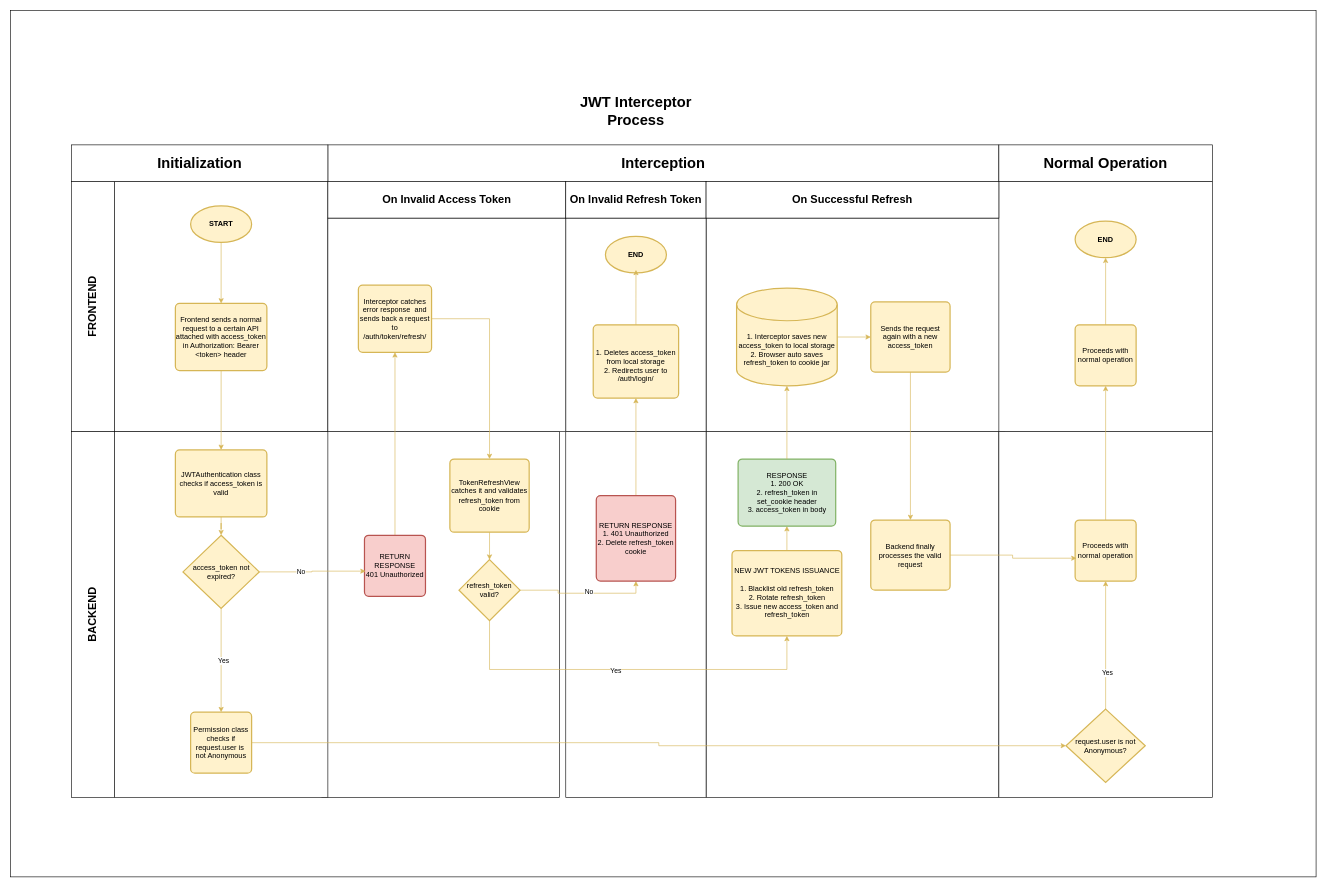
The draw.io diagram page "auth_jwt-interceptor-process" (4 of 4) of E-Commerce Process Flow.drawio in RHILIUS/drawio, before the edit. Source tidied: cells renumbered, new cells numbered last; positions are measured from the earlier drawing's top-left corner, leaving out a move shared by most shapes. Both pictures are drawn from the tidied source at 61%, with x=0, y=0 at pixel (10, 10).
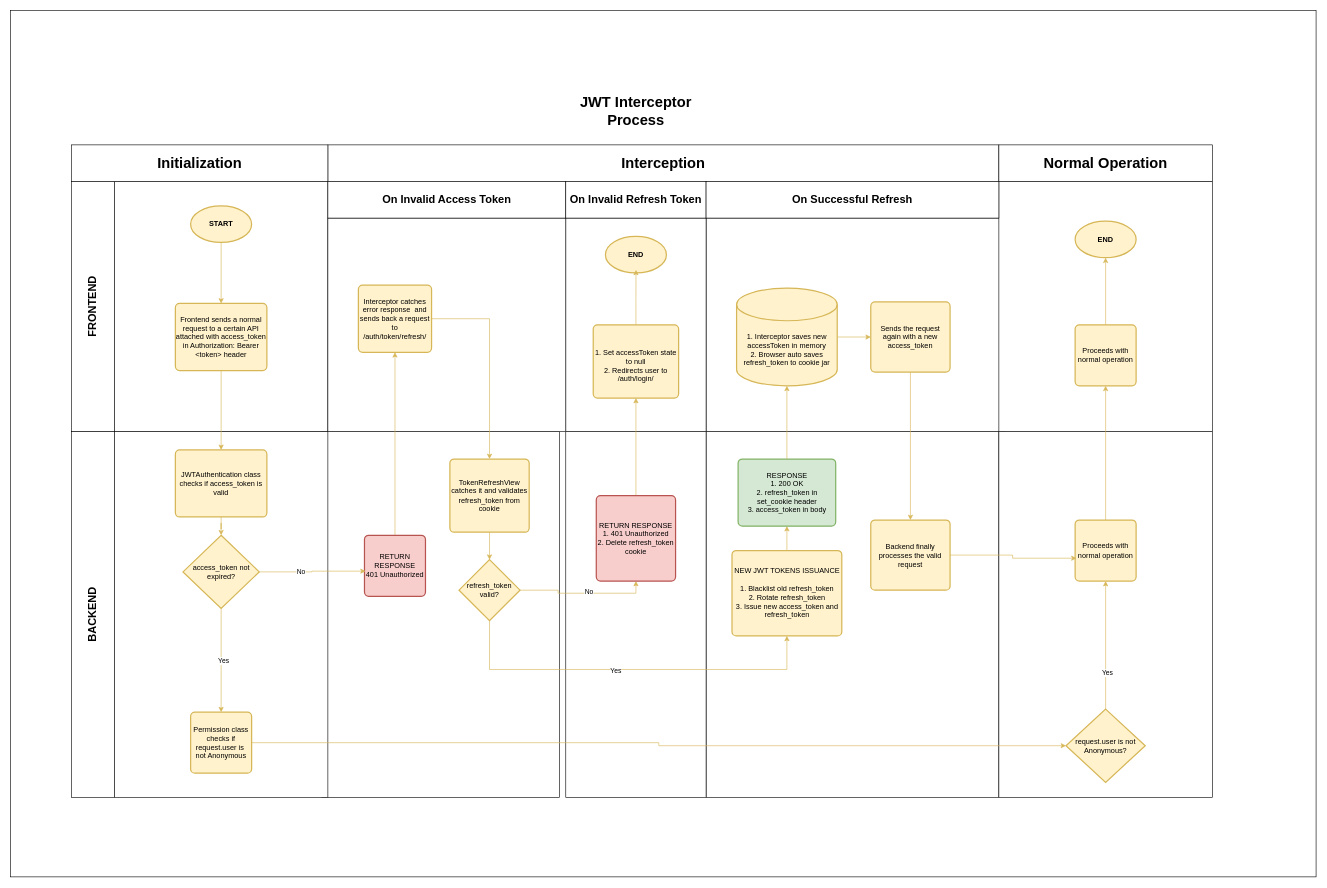
The same page after the edit.

Commit message (it also covers changes not shown here):
feat: change storage of accessToken from localStorage to memory

The edit, as a diff of the source:
```diff
@@
-    <mxCell id="54" value="&lt;br&gt;1. Deletes access_token from local storage&lt;br&gt;2. Redirects user to /auth/login/" style="rounded=1;whiteSpace=wrap;html=1;absoluteArcSize=1;arcSize=14;strokeWidth=2;fillColor=#fff2cc;strokeColor=#d6b656;" parent="1" vertex="1">
+    <mxCell id="54" value="&lt;br&gt;1. Set accessToken state to null&lt;br&gt;2. Redirects user to /auth/login/" style="rounded=1;whiteSpace=wrap;html=1;absoluteArcSize=1;arcSize=14;strokeWidth=2;fillColor=#fff2cc;strokeColor=#d6b656;" parent="1" vertex="1">
       <mxGeometry x="955" y="515" width="140" height="120" as="geometry" />
     </mxCell>
@@
-    <mxCell id="61" value="&lt;div&gt;&lt;br&gt;&lt;/div&gt;&lt;div&gt;&lt;br&gt;&lt;/div&gt;&lt;div&gt;&lt;br&gt;&lt;/div&gt;&lt;div&gt;&lt;br&gt;&lt;/div&gt;&lt;div&gt;&lt;br&gt;&lt;/div&gt;1. Interceptor saves new access_token to local storage&lt;div&gt;2. Browser auto saves refresh_token to cookie jar&lt;br&gt;&lt;br&gt;&lt;br&gt;&lt;/div&gt;" style="strokeWidth=2;html=1;shape=mxgraph.flowchart.database;whiteSpace=wrap;fillColor=#fff2cc;strokeColor=#d6b656;" parent="1" vertex="1">
+    <mxCell id="61" value="&lt;div&gt;&lt;br&gt;&lt;/div&gt;&lt;div&gt;&lt;br&gt;&lt;/div&gt;&lt;div&gt;&lt;br&gt;&lt;/div&gt;&lt;div&gt;&lt;br&gt;&lt;/div&gt;&lt;div&gt;&lt;br&gt;&lt;/div&gt;1. Interceptor saves new accessToken in memory&lt;div&gt;2. Browser auto saves refresh_token to cookie jar&lt;br&gt;&lt;br&gt;&lt;br&gt;&lt;/div&gt;" style="strokeWidth=2;html=1;shape=mxgraph.flowchart.database;whiteSpace=wrap;fillColor=#fff2cc;strokeColor=#d6b656;" parent="1" vertex="1">
       <mxGeometry x="1190" y="455" width="165" height="160" as="geometry" />
     </mxCell>
```
